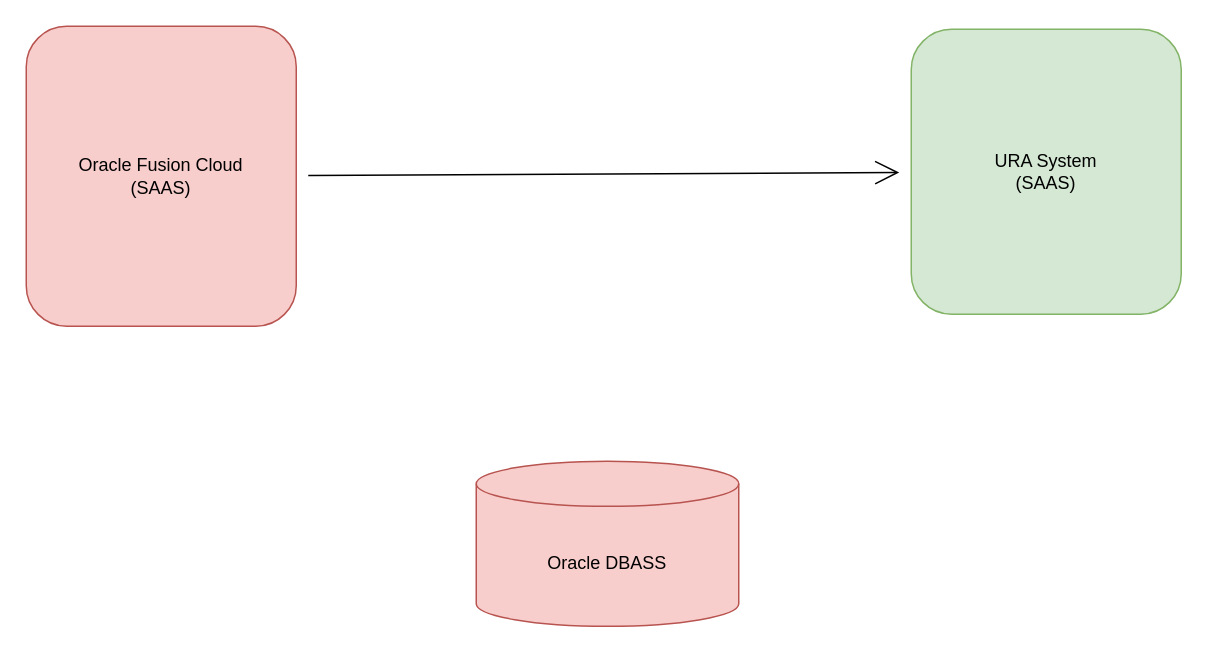
Earlier version of the draw.io diagram Credit/MTN_Presentation.drawio (anantwag19/Workspace). Source tidied: cells renumbered, new cells numbered last; positions are measured from the earlier drawing's top-left corner, leaving out a move shared by most shapes. Both pictures are drawn from the tidied source at 150%, with x=0, y=0 at pixel (26, 26).
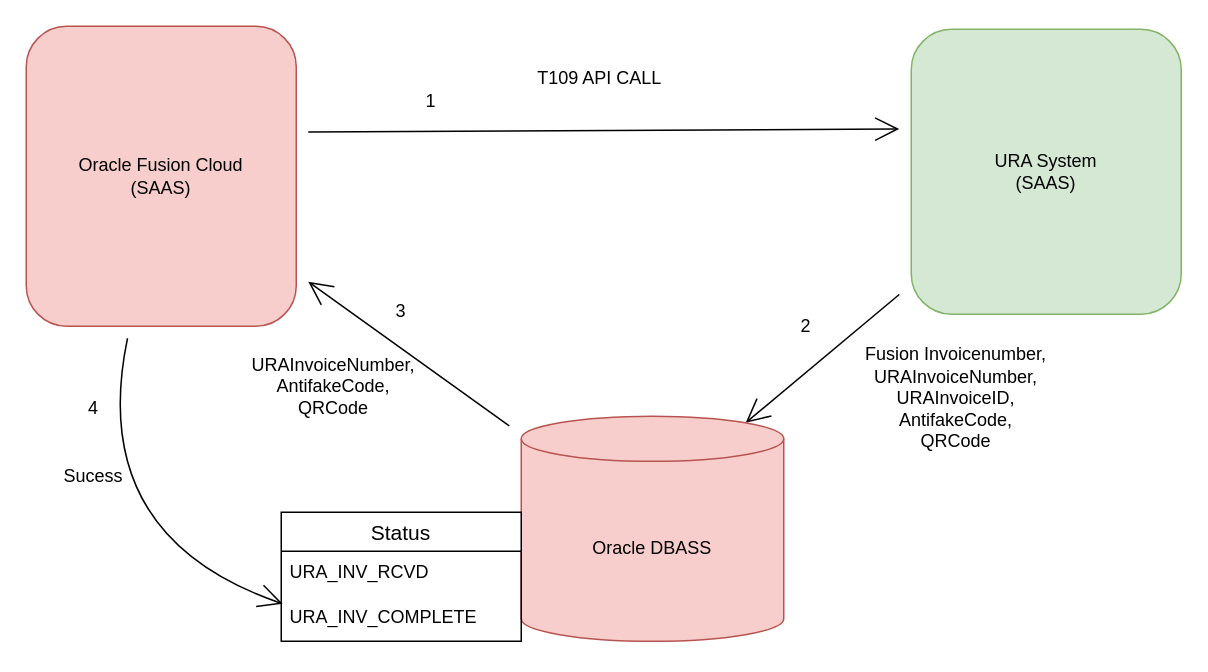
The same diagram, later.

Unchanged cells that the change refers to:
```xml
<mxCell id="3" value="&lt;div&gt;Oracle Fusion Cloud &lt;br&gt;&lt;/div&gt;&lt;div&gt;(SAAS)&lt;br&gt;&lt;/div&gt;" style="rounded=1;whiteSpace=wrap;html=1;hachureGap=4;fillColor=#f8cecc;strokeColor=#b85450;" parent="1" vertex="1">
  <mxGeometry width="180" height="200" as="geometry" />
</mxCell>
<mxCell id="4" value="&lt;div&gt;URA System &lt;br&gt;&lt;/div&gt;&lt;div&gt;(SAAS)&lt;br&gt;&lt;/div&gt;" style="rounded=1;whiteSpace=wrap;html=1;hachureGap=4;fillColor=#d5e8d4;strokeColor=#82b366;" parent="1" vertex="1">
  <mxGeometry x="590" y="2" width="180" height="190" as="geometry" />
</mxCell>
```

The edit, as a diff of the source:
```diff
@@
-    <mxCell id="2" style="edgeStyle=none;curved=1;rounded=0;jettySize=auto;html=1;endArrow=open;startSize=14;endSize=14;sourcePerimeterSpacing=8;targetPerimeterSpacing=8;" parent="1" edge="1" source="3" target="4">
-      <mxGeometry relative="1" as="geometry" />
+    <mxCell id="2" style="edgeStyle=none;curved=1;rounded=0;orthogonalLoop=1;jettySize=auto;html=1;endArrow=open;startSize=14;endSize=14;sourcePerimeterSpacing=8;targetPerimeterSpacing=8;" parent="1" edge="1">
+      <mxGeometry relative="1" as="geometry">
+        <mxPoint x="188" y="70.5" as="sourcePoint" />
+        <mxPoint x="582" y="68.5" as="targetPoint" />
+      </mxGeometry>
     </mxCell>
+    <mxCell id="6" style="edgeStyle=none;curved=1;rounded=0;jettySize=auto;html=1;entryX=0.006;entryY=0.167;entryDx=0;entryDy=0;entryPerimeter=0;endArrow=open;startSize=14;endSize=14;sourcePerimeterSpacing=8;targetPerimeterSpacing=8;" parent="1" edge="1" source="3" target="14">
+      <mxGeometry relative="1" as="geometry">
+        <Array as="points">
+          <mxPoint x="40" y="340" />
+        </Array>
+      </mxGeometry>
+    </mxCell>
@@
+    <mxCell id="7" style="edgeStyle=none;curved=1;rounded=0;jettySize=auto;html=1;endArrow=open;startSize=14;endSize=14;sourcePerimeterSpacing=8;targetPerimeterSpacing=8;entryX=0.855;entryY=0;entryDx=0;entryDy=4.35;entryPerimeter=0;" parent="1" edge="1" source="4" target="5">
+      <mxGeometry relative="1" as="geometry" />
+    </mxCell>
@@
+    <mxCell id="8" style="edgeStyle=none;curved=1;rounded=0;jettySize=auto;html=1;endArrow=open;startSize=14;endSize=14;sourcePerimeterSpacing=8;targetPerimeterSpacing=8;" parent="1" edge="1" source="5" target="3">
+      <mxGeometry relative="1" as="geometry" />
+    </mxCell>
     <mxCell id="5" value="Oracle DBASS" style="shape=cylinder3;whiteSpace=wrap;html=1;boundedLbl=1;backgroundOutline=1;size=15;hachureGap=4;fillColor=#f8cecc;strokeColor=#b85450;" parent="1" vertex="1">
-      <mxGeometry x="300" y="290" width="175" height="110" as="geometry" />
+      <mxGeometry x="330" y="260" width="175" height="150" as="geometry" />
     </mxCell>
+    <mxCell id="9" value="T109 API CALL " style="text;html=1;strokeColor=none;fillColor=none;align=center;verticalAlign=middle;whiteSpace=wrap;rounded=0;hachureGap=4;" parent="1" vertex="1">
+      <mxGeometry x="310" y="10" width="145" height="50" as="geometry" />
+    </mxCell>
+    <mxCell id="10" value="&lt;div&gt;Fusion Invoicenumber,&lt;/div&gt;&lt;div&gt;URAInvoiceNumber,&lt;br&gt;&lt;/div&gt;&lt;div&gt;URAInvoiceID,&lt;/div&gt;&lt;div&gt;AntifakeCode,&lt;/div&gt;&lt;div&gt;QRCode&lt;br&gt;&lt;/div&gt;&lt;div&gt;&lt;br&gt;&lt;/div&gt;" style="text;html=1;strokeColor=none;fillColor=none;align=center;verticalAlign=middle;whiteSpace=wrap;rounded=0;hachureGap=4;" parent="1" vertex="1">
+      <mxGeometry x="540" y="210" width="160" height="90" as="geometry" />
+    </mxCell>
+    <mxCell id="11" value="&lt;div&gt;&lt;br&gt;&lt;/div&gt;&lt;div&gt;URAInvoiceNumber,&lt;br&gt;&lt;/div&gt;&lt;div&gt;AntifakeCode,&lt;/div&gt;&lt;div&gt;QRCode&lt;br&gt;&lt;/div&gt;&lt;div&gt;&lt;br&gt;&lt;/div&gt;" style="text;html=1;strokeColor=none;fillColor=none;align=center;verticalAlign=middle;whiteSpace=wrap;rounded=0;hachureGap=4;" parent="1" vertex="1">
+      <mxGeometry x="140" y="210" width="130" height="60" as="geometry" />
+    </mxCell>
+    <mxCell id="12" value="Status " style="swimlane;fontStyle=0;horizontal=1;startSize=26;align=center;fontSize=14;hachureGap=4;" parent="1" vertex="1">
+      <mxGeometry x="170" y="324" width="160" height="86" as="geometry" />
+    </mxCell>
+    <mxCell id="13" value="URA_INV_RCVD" style="text;strokeColor=none;fillColor=none;spacingLeft=4;spacingRight=4;overflow=hidden;fontSize=12;" parent="12" vertex="1">
+      <mxGeometry y="26" width="160" height="30" as="geometry" />
+    </mxCell>
+    <mxCell id="14" value="URA_INV_COMPLETE" style="text;strokeColor=none;fillColor=none;spacingLeft=4;spacingRight=4;overflow=hidden;points=[[0,0.5],[1,0.5]];portConstraint=eastwest;fontSize=12;" parent="12" vertex="1">
+      <mxGeometry y="56" width="160" height="30" as="geometry" />
+    </mxCell>
+    <mxCell id="15" value="Sucess" style="text;html=1;strokeColor=none;fillColor=none;align=center;verticalAlign=middle;whiteSpace=wrap;rounded=0;hachureGap=4;" parent="1" vertex="1">
+      <mxGeometry x="20" y="290" width="50" height="20" as="geometry" />
+    </mxCell>
+    <mxCell id="16" value="1" style="text;html=1;strokeColor=none;fillColor=none;align=center;verticalAlign=middle;whiteSpace=wrap;rounded=0;hachureGap=4;" parent="1" vertex="1">
+      <mxGeometry x="250" y="40" width="40" height="20" as="geometry" />
+    </mxCell>
+    <mxCell id="17" value="2" style="text;html=1;strokeColor=none;fillColor=none;align=center;verticalAlign=middle;whiteSpace=wrap;rounded=0;hachureGap=4;" parent="1" vertex="1">
+      <mxGeometry x="500" y="190" width="40" height="20" as="geometry" />
+    </mxCell>
+    <mxCell id="18" value="3" style="text;html=1;strokeColor=none;fillColor=none;align=center;verticalAlign=middle;whiteSpace=wrap;rounded=0;hachureGap=4;" parent="1" vertex="1">
+      <mxGeometry x="230" y="180" width="40" height="20" as="geometry" />
+    </mxCell>
+    <mxCell id="19" value="4" style="text;html=1;strokeColor=none;fillColor=none;align=center;verticalAlign=middle;whiteSpace=wrap;rounded=0;hachureGap=4;" parent="1" vertex="1">
+      <mxGeometry x="25" y="245" width="40" height="20" as="geometry" />
+    </mxCell>
```
